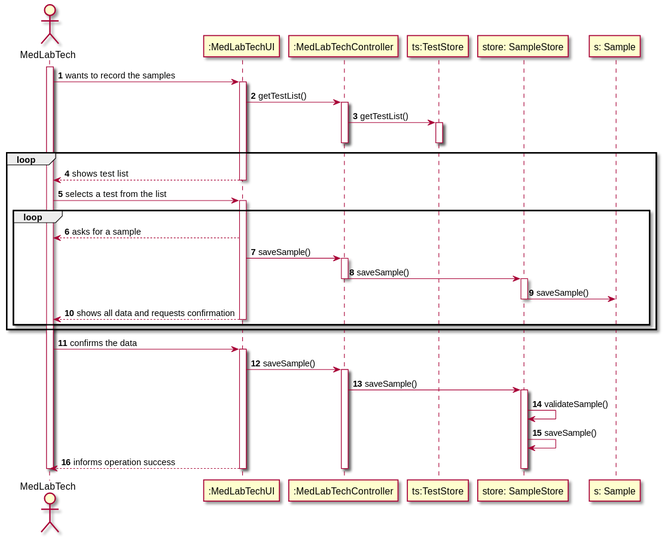
The PlantUML diagram docs/SprintC/US05/US5_SD.svg in MarianaCLages/LAPR2, before a commit. Its diagram source:
```plantuml
@startuml
autonumber
actor MedLabTech as MLT
participant ":MedLabTechUI" as UI
participant ":MedLabTechController" as CTRL
participant "ts:TestStore" as TT
participant "store: SampleStore" as STO
participant "s: Sample" as S

activate MLT
MLT -> UI: wants to record the samples
activate UI
UI -> CTRL: getTestList()
activate CTRL
CTRL -> TT: getTestList()
activate TT
deactivate CTRL
deactivate TT
loop
UI --> MLT: shows test list
deactivate UI
MLT -> UI: selects a test from the list
activate UI
loop
UI --> MLT: asks for a sample
UI -> CTRL: saveSample()
activate CTRL
CTRL -> STO: saveSample()
deactivate CTRL
activate STO
STO -> S: saveSample()
deactivate STO
UI --> MLT: shows all data and requests confirmation
deactivate UI
end
end
deactivate UI
deactivate STO
deactivate CTRL
deactivate CTRL
MLT -> UI: confirms the data
activate UI
UI -> CTRL: saveSample()
activate CTRL
CTRL -> STO: saveSample()
activate STO
STO -> STO: validateSample()
STO -> STO: saveSample()
UI --> MLT: informs operation success
deactivate STO
deactivate CTRL
deactivate UI
deactivate MLT
@enduml
```
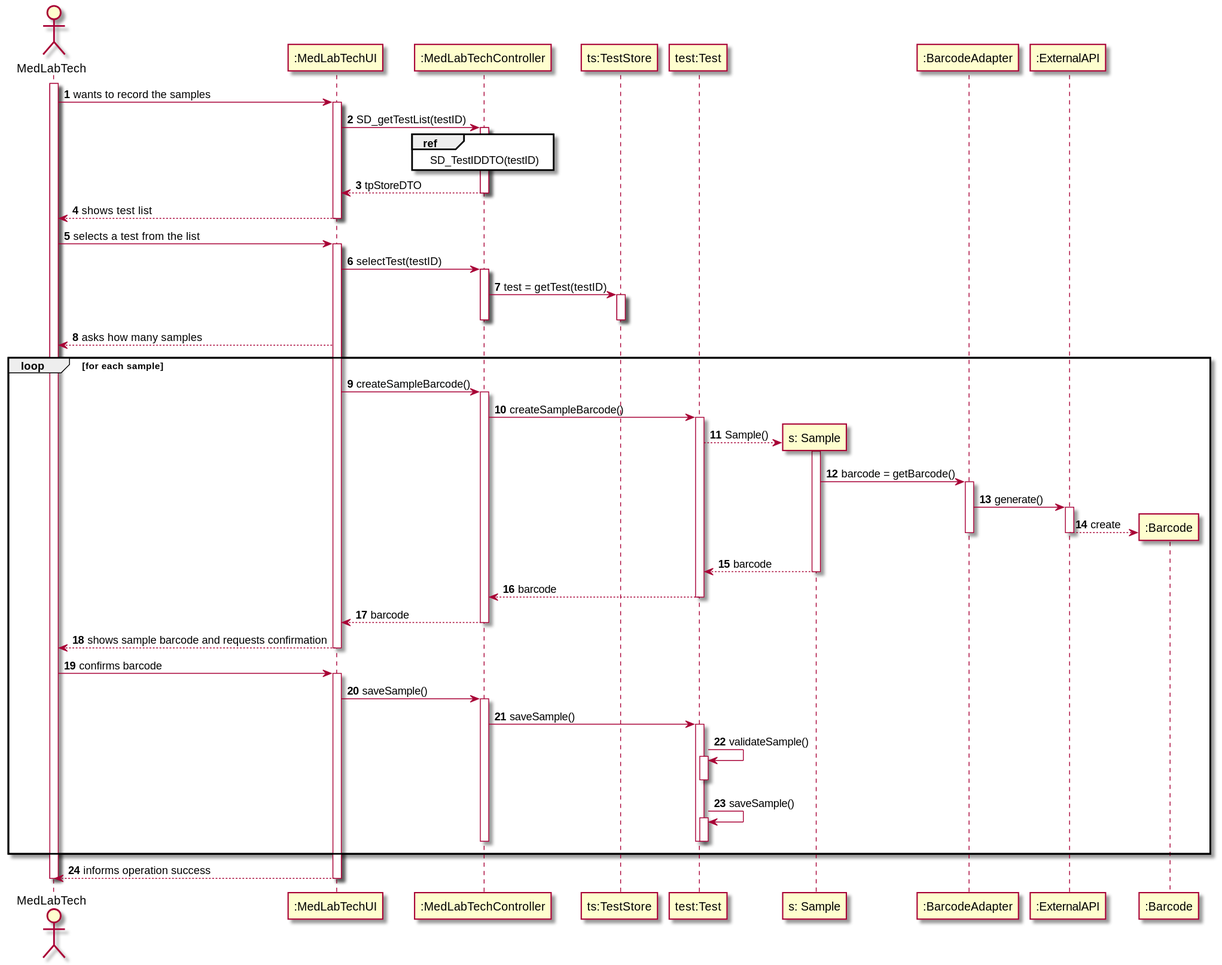
Later version of the same file.

What changed in the source:
```diff
@@ -4,51 +4,75 @@
 participant ":MedLabTechUI" as UI
 participant ":MedLabTechController" as CTRL
 participant "ts:TestStore" as TT
-participant "store: SampleStore" as STO
+participant "test:Test" as t
 participant "s: Sample" as S
+participant ":BarcodeAdapter" as Bc
+participant ":ExternalAPI" as Ea
+participant ":Barcode" as Bar
 
 activate MLT
 MLT -> UI: wants to record the samples
 activate UI
-UI -> CTRL: getTestList()
+UI -> CTRL : SD_getTestList(testID)
+ref over CTRL: SD_TestIDDTO(testID)
 activate CTRL
-CTRL -> TT: getTestList()
-activate TT
+CTRL --> UI: tpStoreDTO
 deactivate CTRL
-deactivate TT
-loop
+
 UI --> MLT: shows test list
 deactivate UI
 MLT -> UI: selects a test from the list
 activate UI
-loop
-UI --> MLT: asks for a sample
-UI -> CTRL: saveSample()
+UI -> CTRL: selectTest(testID)
 activate CTRL
-CTRL -> STO: saveSample()
+CTRL -> TT:test = getTest(testID)
+activate TT
+deactivate
+deactivate
+UI --> MLT: asks how many samples
+loop for each sample
+UI -> CTRL: createSampleBarcode()
+activate CTRL
+CTRL -> t: createSampleBarcode()
+activate t
+t --> S**: Sample()
+activate S
+S -> Bc: barcode = getBarcode()
+activate Bc
+Bc -> Ea: generate()
+activate Ea
+Ea --> Bar** :create
+deactivate Ea
+deactivate Bc
+return barcode
+return barcode
+return barcode
+deactivate S
+deactivate t
 deactivate CTRL
-activate STO
-STO -> S: saveSample()
-deactivate STO
-UI --> MLT: shows all data and requests confirmation
+
+UI --> MLT: shows sample barcode and requests confirmation
 deactivate UI
-end
-end
+
 deactivate UI
-deactivate STO
 deactivate CTRL
 deactivate CTRL
-MLT -> UI: confirms the data
+MLT -> UI: confirms barcode
 activate UI
 UI -> CTRL: saveSample()
 activate CTRL
-CTRL -> STO: saveSample()
-activate STO
-STO -> STO: validateSample()
-STO -> STO: saveSample()
+CTRL -> t: saveSample()
+activate t
+t -> t: validateSample()
+activate t
+deactivate
+t -> t: saveSample()
+activate t
+deactivate
+deactivate t
+deactivate CTRL
+end
 UI --> MLT: informs operation success
-deactivate STO
-deactivate CTRL
 deactivate UI
 deactivate MLT
 @enduml
```
